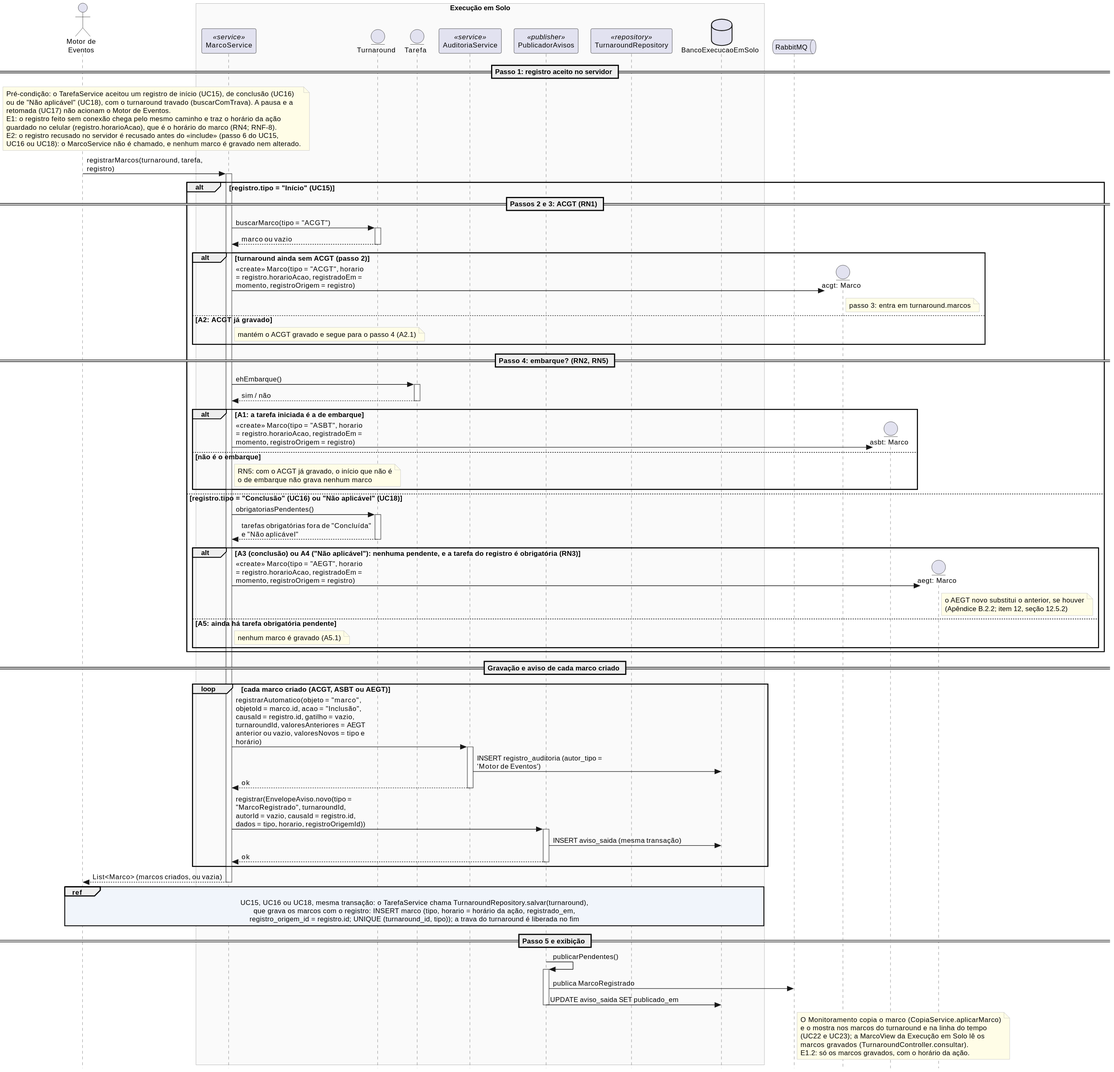
Earlier version of the PlantUML export especificacao/diagramas/14-sequencia-uc20.svg (Aircraft-Turnaround-Operations-Manager/aircraft-turnaround-docs).
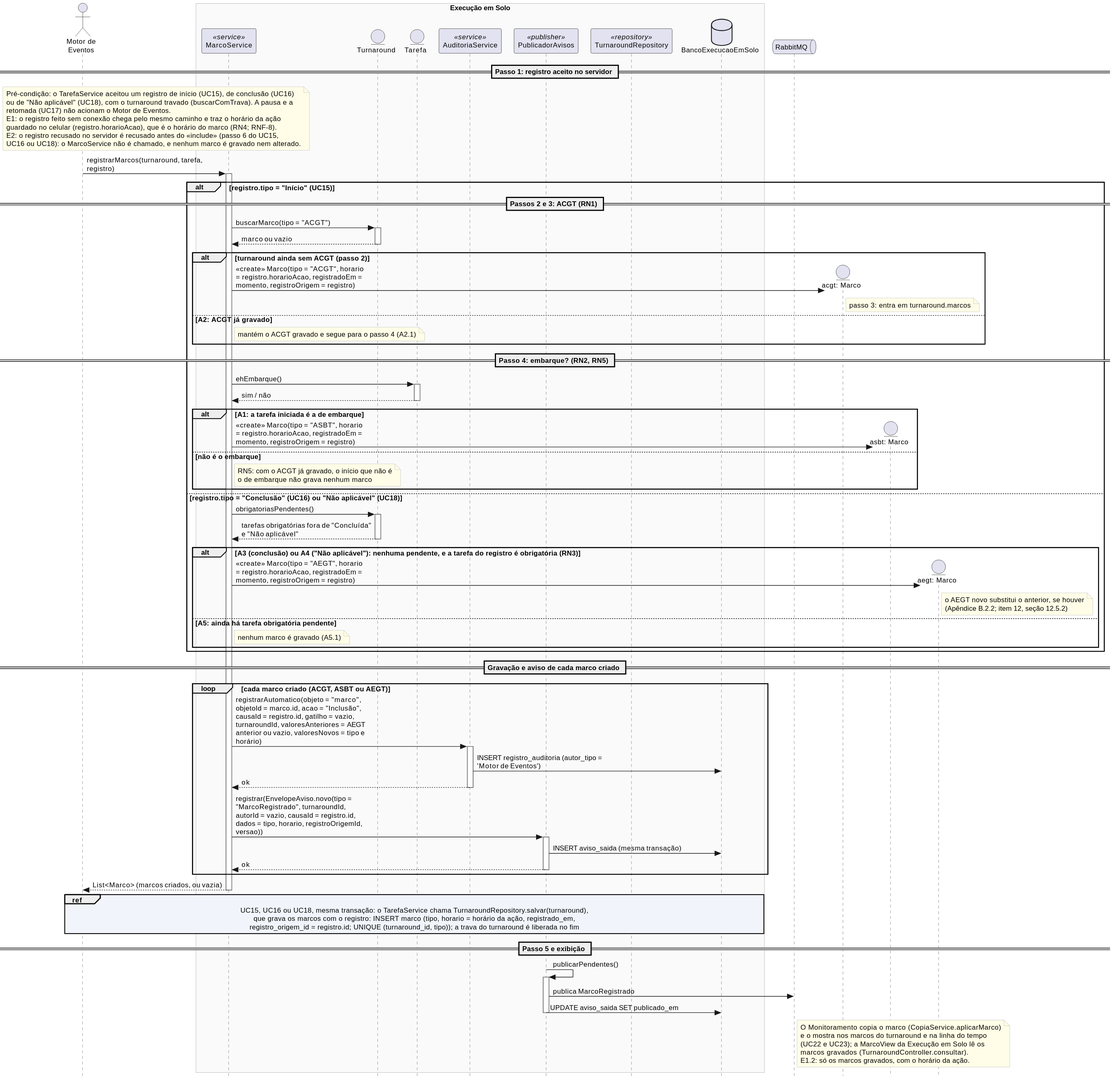
The same diagram one commit later.

The edit, as a diff of the source:
```diff
@@ -74,7 +74,7 @@
   AU -> DB : INSERT registro_auditoria (autor_tipo = 'Motor de Eventos')
   AU --> MS : ok
   deactivate AU
-  MS -> PUB : registrar(EnvelopeAviso.novo(tipo = "MarcoRegistrado", turnaroundId, autorId = vazio, causaId = registro.id, dados = tipo, horario, registroOrigemId))
+  MS -> PUB : registrar(EnvelopeAviso.novo(tipo = "MarcoRegistrado", turnaroundId, autorId = vazio, causaId = registro.id, dados = tipo, horario, registroOrigemId, versao))
   activate PUB
   PUB -> DB : INSERT aviso_saida (mesma transação)
   PUB --> MS : ok
```
